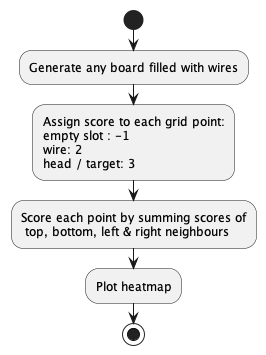
The PlantUML diagram report_figures/density_map_scoring.png in mwolinska/Routing-Board-Generation, before a commit.
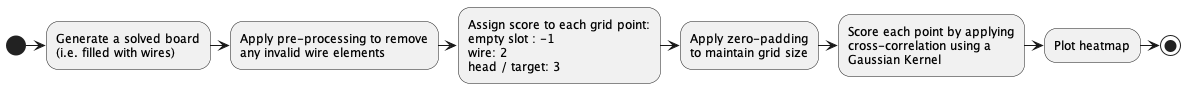
Later version of the same file.

Commit message:
Adding report figures

What changed in the source:
```diff
@@ -1,17 +1,17 @@
 @startuml
-
-start
-:Generate any board filled with wires;
-:Assign score to each grid point:
+(*) -right-> "Generate a solved board
+(i.e. filled with wires)"
+-right-> "Apply pre-processing to remove
+any invalid wire elements"
+-right-> "Assign score to each grid point:
 empty slot : -1
 wire: 2
-head / target: 3;
-
-:Score each point by summing scores of
- top, bottom, left & right neighbours;
-:Plot heatmap;
-
-
-stop
-
+head / target: 3"
+-right-> "Apply zero-padding
+to maintain grid size"
+-right-> "Score each point by applying
+cross-correlation using a
+Gaussian Kernel"
+-right-> "Plot heatmap"
+-right-> (*)
 @enduml
```
